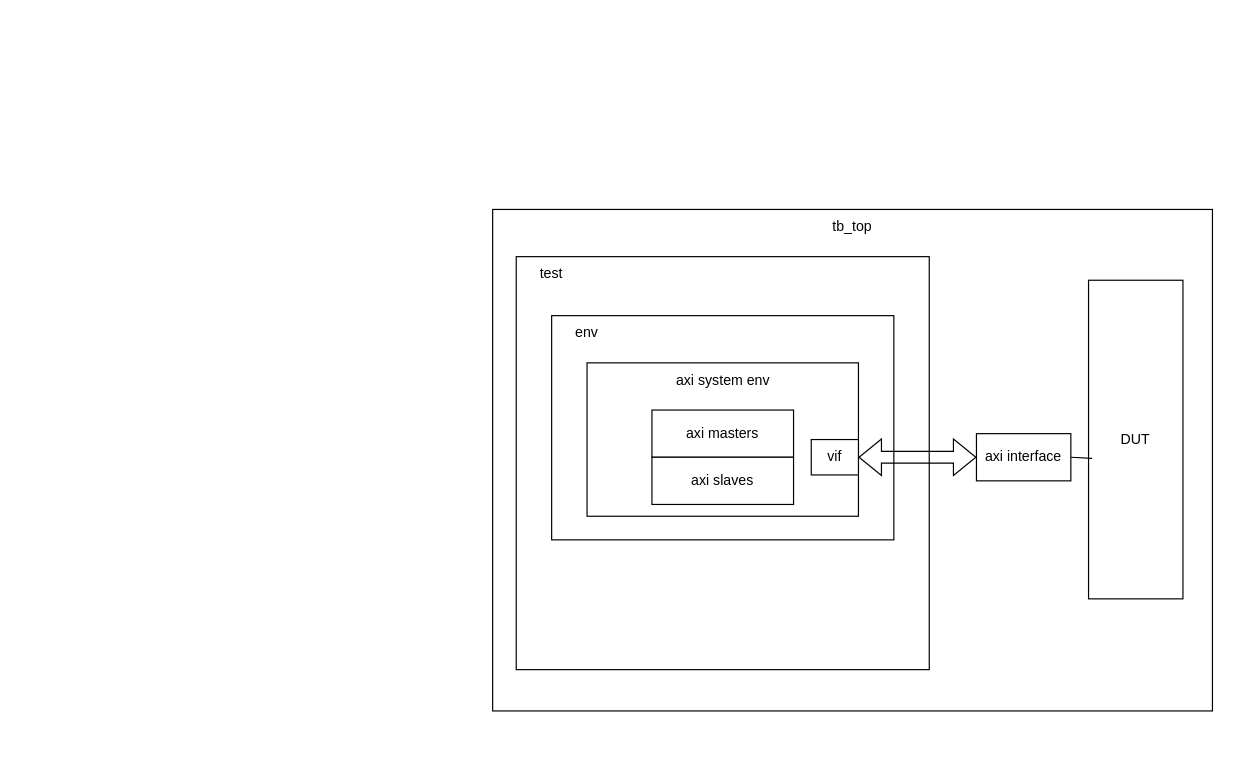
The draw.io diagram testbench0.drawio in jieunjeong21/doc, before the edit. Source tidied: cells renumbered, new cells numbered last; positions are measured from the earlier drawing's top-left corner, leaving out a move shared by most shapes. Both pictures are drawn from the tidied source at 118%, with x=0, y=0 at pixel (492, 209).
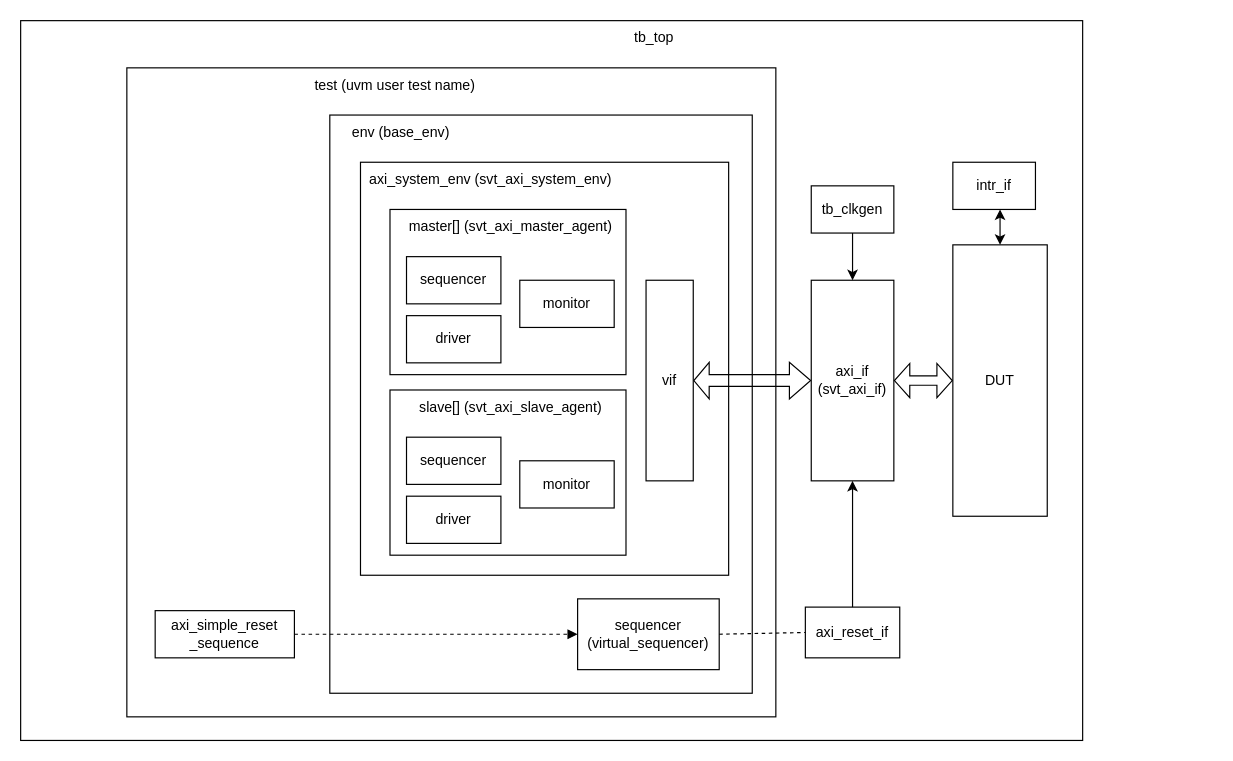
After the change.

Diff of the diagram source:
```diff
@@
-<mxGraphModel>
+<mxGraphModel background="#FFFFFF">
@@
     <mxCell id="2" style="rounded=0;whiteSpace=wrap;html=1;" parent="1" vertex="1">
-      <mxGeometry width="610" height="425" as="geometry" />
+      <mxGeometry x="-400" y="-160" width="900" height="610" as="geometry" />
     </mxCell>
     <mxCell id="3" value="tb_top" style="text;html=1;align=center;verticalAlign=middle;whiteSpace=wrap;rounded=0;" parent="1" vertex="1">
-      <mxGeometry x="250" width="110" height="30" as="geometry" />
+      <mxGeometry x="82" y="-160" width="110" height="30" as="geometry" />
     </mxCell>
     <mxCell id="4" value="DUT" style="rounded=0;whiteSpace=wrap;html=1;" parent="1" vertex="1">
-      <mxGeometry x="505" y="60" width="80" height="270" as="geometry" />
+      <mxGeometry x="390" y="30" width="80" height="230" as="geometry" />
     </mxCell>
     <mxCell id="5" style="rounded=0;whiteSpace=wrap;html=1;" parent="1" vertex="1">
-      <mxGeometry x="20" y="40" width="350" height="350" as="geometry" />
+      <mxGeometry x="-310" y="-120" width="550" height="550" as="geometry" />
     </mxCell>
-    <mxCell id="6" value="test" style="text;html=1;align=center;verticalAlign=middle;whiteSpace=wrap;rounded=0;" parent="1" vertex="1">
-      <mxGeometry x="20" y="40" width="60" height="30" as="geometry" />
+    <mxCell id="6" value="test (uvm user test name)" style="text;html=1;align=center;verticalAlign=middle;whiteSpace=wrap;rounded=0;" parent="1" vertex="1">
+      <mxGeometry x="-168" y="-120" width="171" height="30" as="geometry" />
     </mxCell>
     <mxCell id="7" style="rounded=0;whiteSpace=wrap;html=1;" parent="1" vertex="1">
-      <mxGeometry x="50" y="90" width="290" height="190" as="geometry" />
+      <mxGeometry x="-138" y="-80" width="358" height="490" as="geometry" />
     </mxCell>
-    <mxCell id="8" value="env" style="text;html=1;align=center;verticalAlign=middle;whiteSpace=wrap;rounded=0;" parent="1" vertex="1">
-      <mxGeometry x="50" y="90" width="60" height="30" as="geometry" />
+    <mxCell id="8" value="env (base_env)" style="text;html=1;align=center;verticalAlign=middle;whiteSpace=wrap;rounded=0;" parent="1" vertex="1">
+      <mxGeometry x="-138" y="-80" width="121" height="30" as="geometry" />
     </mxCell>
     <mxCell id="9" style="rounded=0;whiteSpace=wrap;html=1;" parent="1" vertex="1">
-      <mxGeometry x="80" y="130" width="230" height="130" as="geometry" />
+      <mxGeometry x="-112" y="-40" width="312" height="350" as="geometry" />
     </mxCell>
-    <mxCell id="10" value="axi system env" style="text;html=1;align=center;verticalAlign=middle;whiteSpace=wrap;rounded=0;" parent="1" vertex="1">
-      <mxGeometry x="147.5" y="130" width="95" height="30" as="geometry" />
+    <mxCell id="10" value="axi_system_env (svt_axi_system_env)" style="text;html=1;align=center;verticalAlign=middle;whiteSpace=wrap;rounded=0;" parent="1" vertex="1">
+      <mxGeometry x="-112" y="-40" width="221" height="30" as="geometry" />
     </mxCell>
-    <mxCell id="11" style="shape=flexArrow;endArrow=classic;startArrow=classic;html=1;rounded=0;endSize=6;strokeWidth=1;" parent="1" edge="1">
-      <mxGeometry relative="1" as="geometry">
-        <mxPoint x="310" y="210" as="sourcePoint" />
-        <mxPoint x="410" y="210" as="targetPoint" />
-      </mxGeometry>
+    <mxCell id="11" style="shape=flexArrow;endArrow=classic;startArrow=classic;html=1;rounded=0;endSize=5.67;strokeWidth=1;entryX=0;entryY=0.5;entryDx=0;entryDy=0;exitX=1;exitY=0.5;exitDx=0;exitDy=0;width=10;startSize=4;" parent="1" edge="1" source="16" target="14">
+      <mxGeometry relative="1" as="geometry" />
     </mxCell>
-    <mxCell id="12" value="axi masters" style="rounded=0;whiteSpace=wrap;html=1;" parent="1" vertex="1">
-      <mxGeometry x="135" y="170" width="120" height="40" as="geometry" />
+    <mxCell id="12" style="rounded=0;whiteSpace=wrap;html=1;" parent="1" vertex="1">
+      <mxGeometry x="-87" width="200" height="140" as="geometry" />
     </mxCell>
-    <mxCell id="13" value="axi slaves" style="rounded=0;whiteSpace=wrap;html=1;" parent="1" vertex="1">
-      <mxGeometry x="135" y="210" width="120" height="40" as="geometry" />
-    </mxCell>
-    <mxCell id="14" value="axi interface" style="rounded=0;whiteSpace=wrap;html=1;" parent="1" vertex="1">
-      <mxGeometry x="410" y="190" width="80" height="40" as="geometry" />
+    <mxCell id="14" value="axi_if (svt_axi_if)" style="rounded=0;whiteSpace=wrap;html=1;" parent="1" vertex="1">
+      <mxGeometry x="270" y="60" width="70" height="170" as="geometry" />
     </mxCell>
-    <mxCell id="15" style="endArrow=none;html=1;rounded=0;exitX=1;exitY=0.5;exitDx=0;exitDy=0;entryX=0.038;entryY=0.559;entryDx=0;entryDy=0;entryPerimeter=0;" parent="1" edge="1" source="14" target="4">
-      <mxGeometry relative="1" as="geometry" />
-    </mxCell>
     <mxCell id="16" value="vif" style="rounded=0;whiteSpace=wrap;html=1;" parent="1" vertex="1">
-      <mxGeometry x="270" y="195" width="40" height="30" as="geometry" />
+      <mxGeometry x="130" y="60" width="40" height="170" as="geometry" />
     </mxCell>
+    <mxCell id="17" value="master[] (svt_axi_master_agent)" style="text;html=1;align=center;verticalAlign=middle;whiteSpace=wrap;rounded=0;" parent="1" vertex="1">
+      <mxGeometry x="-73" width="177" height="30" as="geometry" />
+    </mxCell>
+    <mxCell id="18" value="sequencer" style="rounded=0;whiteSpace=wrap;html=1;" parent="1" vertex="1">
+      <mxGeometry x="-73" y="40" width="80" height="40" as="geometry" />
+    </mxCell>
+    <mxCell id="19" value="driver" style="rounded=0;whiteSpace=wrap;html=1;" parent="1" vertex="1">
+      <mxGeometry x="-73" y="90" width="80" height="40" as="geometry" />
+    </mxCell>
+    <mxCell id="20" value="monitor" style="rounded=0;whiteSpace=wrap;html=1;" parent="1" vertex="1">
+      <mxGeometry x="23" y="60" width="80" height="40" as="geometry" />
+    </mxCell>
+    <mxCell id="21" style="rounded=0;whiteSpace=wrap;html=1;" parent="1" vertex="1">
+      <mxGeometry x="-87" y="153" width="200" height="140" as="geometry" />
+    </mxCell>
+    <mxCell id="22" value="slave[] (svt_axi_slave_agent)" style="text;html=1;align=center;verticalAlign=middle;whiteSpace=wrap;rounded=0;" parent="1" vertex="1">
+      <mxGeometry x="-73" y="153" width="177" height="30" as="geometry" />
+    </mxCell>
+    <mxCell id="23" value="sequencer" style="rounded=0;whiteSpace=wrap;html=1;" parent="1" vertex="1">
+      <mxGeometry x="-73" y="193" width="80" height="40" as="geometry" />
+    </mxCell>
+    <mxCell id="24" value="driver" style="rounded=0;whiteSpace=wrap;html=1;" parent="1" vertex="1">
+      <mxGeometry x="-73" y="243" width="80" height="40" as="geometry" />
+    </mxCell>
+    <mxCell id="25" value="monitor" style="rounded=0;whiteSpace=wrap;html=1;" parent="1" vertex="1">
+      <mxGeometry x="23" y="213" width="80" height="40" as="geometry" />
+    </mxCell>
+    <mxCell id="26" style="shape=flexArrow;endArrow=classic;startArrow=classic;html=1;rounded=0;endSize=4;strokeWidth=1;exitX=1;exitY=0.5;exitDx=0;exitDy=0;width=8;startSize=4;" parent="1" edge="1" source="14">
+      <mxGeometry relative="1" as="geometry">
+        <mxPoint x="390" y="145" as="targetPoint" />
+      </mxGeometry>
+    </mxCell>
+    <mxCell id="27" value="tb_clkgen" style="rounded=0;whiteSpace=wrap;html=1;" parent="1" vertex="1">
+      <mxGeometry x="270" y="-20" width="70" height="40" as="geometry" />
+    </mxCell>
+    <mxCell id="28" style="endArrow=classic;html=1;rounded=0;exitX=0.5;exitY=1;exitDx=0;exitDy=0;entryX=0.5;entryY=0;entryDx=0;entryDy=0;" parent="1" edge="1" source="27" target="14">
+      <mxGeometry relative="1" as="geometry" />
+    </mxCell>
+    <mxCell id="29" value="axi_reset_if" style="rounded=0;whiteSpace=wrap;html=1;" parent="1" vertex="1">
+      <mxGeometry x="265" y="337" width="80" height="43" as="geometry" />
+    </mxCell>
+    <mxCell id="30" style="endArrow=classic;html=1;rounded=0;exitX=0.5;exitY=0;exitDx=0;exitDy=0;entryX=0.5;entryY=1;entryDx=0;entryDy=0;" parent="1" edge="1" source="29" target="14">
+      <mxGeometry relative="1" as="geometry" />
+    </mxCell>
+    <mxCell id="31" value="intr_if" style="rounded=0;whiteSpace=wrap;html=1;" parent="1" vertex="1">
+      <mxGeometry x="390" y="-40" width="70" height="40" as="geometry" />
+    </mxCell>
+    <mxCell id="32" style="endArrow=classic;startArrow=classic;html=1;rounded=0;exitX=0.5;exitY=0;exitDx=0;exitDy=0;" parent="1" edge="1" source="4">
+      <mxGeometry relative="1" as="geometry">
+        <mxPoint x="430" as="targetPoint" />
+      </mxGeometry>
+    </mxCell>
+    <mxCell id="33" value="sequencer (virtual_sequencer)" style="rounded=0;whiteSpace=wrap;html=1;" parent="1" vertex="1">
+      <mxGeometry x="72" y="330" width="120" height="60" as="geometry" />
+    </mxCell>
+    <mxCell id="34" value="axi_simple_reset&lt;div&gt;_sequence&lt;/div&gt;" style="rounded=0;whiteSpace=wrap;html=1;" parent="1" vertex="1">
+      <mxGeometry x="-286" y="340" width="118" height="40" as="geometry" />
+    </mxCell>
+    <mxCell id="35" style="endArrow=none;dashed=1;html=1;rounded=0;entryX=0;entryY=0.5;entryDx=0;entryDy=0;" parent="1" edge="1" target="29">
+      <mxGeometry relative="1" as="geometry">
+        <mxPoint x="192" y="360" as="sourcePoint" />
+      </mxGeometry>
+    </mxCell>
+    <mxCell id="36" style="endArrow=block;dashed=1;html=1;rounded=0;entryX=0;entryY=0.5;entryDx=0;entryDy=0;startArrow=none;startFill=0;endFill=1;" parent="1" edge="1" target="33">
+      <mxGeometry relative="1" as="geometry">
+        <mxPoint x="-168" y="360" as="sourcePoint" />
+      </mxGeometry>
+    </mxCell>
```
